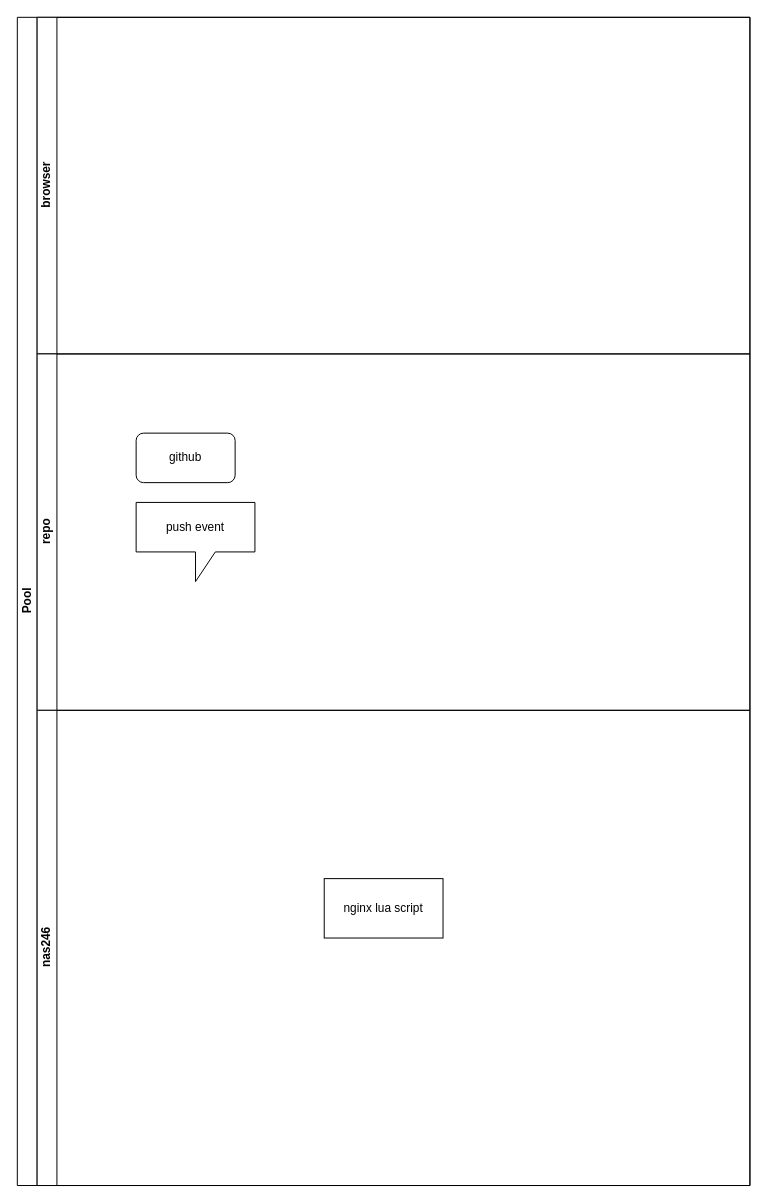
This is docs/assets/drawio/shaoorg-bulletin-process.drawio from ShaoOrg/bulletin, a draw.io file, before an edit. Source tidied: cells renumbered, new cells numbered last; positions are measured from the earlier drawing's top-left corner, leaving out a move shared by most shapes. Both pictures are drawn from the tidied source at 99%, with x=0, y=0 at pixel (17, 17).
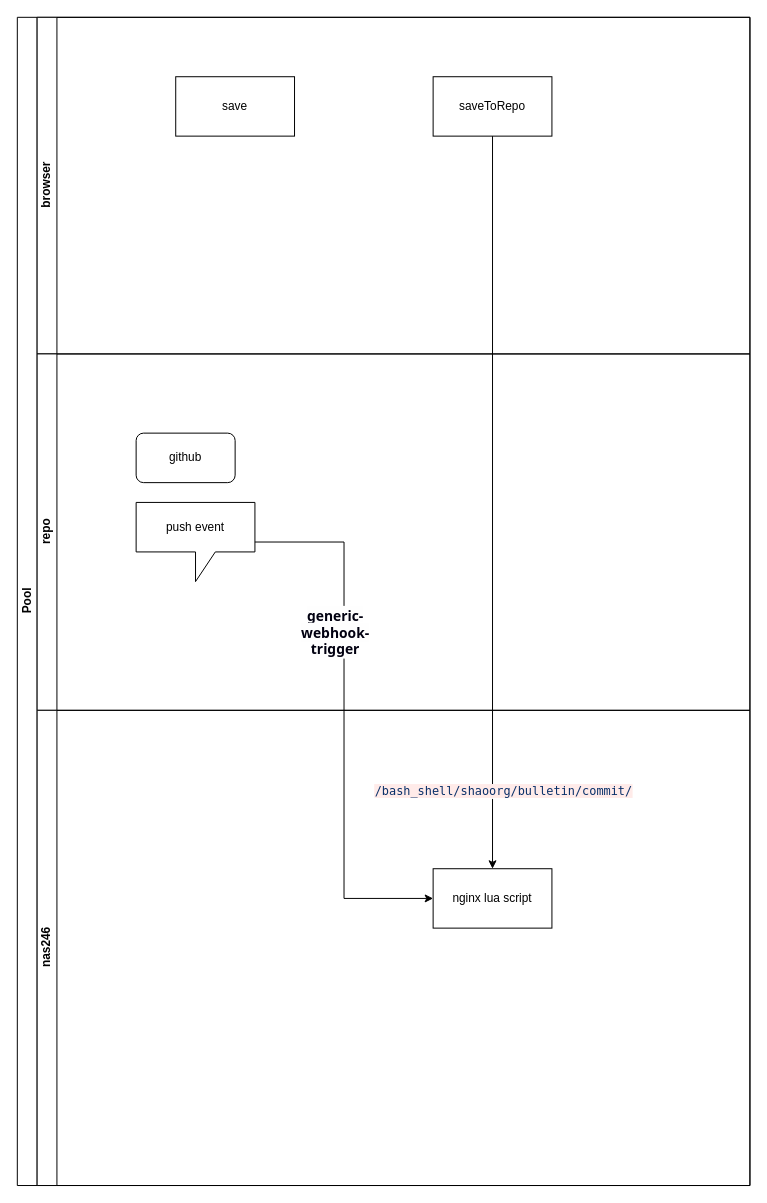
After the change.

The edit, as a diff of the source:
```diff
@@
 <mxGraphModel>
   <root>
     <mxCell id="0" />
     <mxCell id="1" parent="0" />
     <mxCell id="2" value="Pool" style="swimlane;html=1;horizontal=0;startSize=20;" parent="1" vertex="1">
       <mxGeometry width="740" height="1180" as="geometry" />
     </mxCell>
     <mxCell id="3" value="browser" style="swimlane;html=1;startSize=20;horizontal=0;" parent="2" vertex="1">
       <mxGeometry x="20" width="720" height="340" as="geometry" />
     </mxCell>
+    <mxCell id="9" value="save" style="rounded=0;whiteSpace=wrap;html=1;" parent="3" vertex="1">
+      <mxGeometry x="140" y="60" width="120" height="60" as="geometry" />
+    </mxCell>
+    <mxCell id="10" value="saveToRepo" style="rounded=0;whiteSpace=wrap;html=1;" parent="3" vertex="1">
+      <mxGeometry x="400" y="60" width="120" height="60" as="geometry" />
+    </mxCell>
     <mxCell id="4" value="repo" style="swimlane;html=1;startSize=20;horizontal=0;" parent="2" vertex="1">
       <mxGeometry x="20" y="340" width="720" height="360" as="geometry" />
     </mxCell>
     <mxCell id="5" value="github" style="rounded=1;whiteSpace=wrap;html=1;" parent="4" vertex="1">
       <mxGeometry x="100" y="80" width="100" height="50" as="geometry" />
     </mxCell>
     <mxCell id="6" value="push event" style="shape=callout;whiteSpace=wrap;html=1;perimeter=calloutPerimeter;" parent="4" vertex="1">
       <mxGeometry x="100" y="150" width="120" height="80" as="geometry" />
     </mxCell>
     <mxCell id="7" value="nas246" style="swimlane;html=1;startSize=20;horizontal=0;" parent="2" vertex="1">
       <mxGeometry x="20" y="700" width="720" height="480" as="geometry" />
     </mxCell>
     <mxCell id="8" value="nginx lua script" style="rounded=0;whiteSpace=wrap;html=1;" parent="7" vertex="1">
-      <mxGeometry x="290" y="170" width="120" height="60" as="geometry" />
+      <mxGeometry x="400" y="160" width="120" height="60" as="geometry" />
     </mxCell>
+    <mxCell id="11" style="edgeStyle=orthogonalEdgeStyle;rounded=0;jettySize=auto;html=1;" parent="2" edge="1" source="10" target="8">
+      <mxGeometry relative="1" as="geometry" />
+    </mxCell>
+    <mxCell id="12" value="&lt;span style=&quot;color: rgb(10, 48, 105); font-family: ui-monospace, SFMono-Regular, &amp;quot;SF Mono&amp;quot;, Menlo, Consolas, &amp;quot;Liberation Mono&amp;quot;, monospace; font-size: 12px; text-align: start; white-space: pre-wrap; background-color: rgb(255, 235, 233);&quot;&gt;/bash_shell/shaoorg/bulletin/commit/&lt;/span&gt;" style="edgeLabel;html=1;align=center;verticalAlign=middle;" parent="11" vertex="1">
+      <mxGeometry x="0.01" relative="1" as="geometry">
+        <mxPoint x="10" y="287" as="offset" />
+      </mxGeometry>
+    </mxCell>
+    <mxCell id="13" style="edgeStyle=orthogonalEdgeStyle;rounded=0;jettySize=auto;html=1;entryX=0;entryY=0.5;entryDx=0;entryDy=0;" parent="2" edge="1" source="6" target="8">
+      <mxGeometry relative="1" as="geometry" />
+    </mxCell>
+    <mxCell id="14" value="&lt;b style=&quot;box-sizing: inherit; color: oklch(0.05 0.075 256.91); font-family: system-ui, &amp;quot;Segoe UI&amp;quot;, roboto, &amp;quot;Noto Sans&amp;quot;, oxygen, ubuntu, cantarell, &amp;quot;Fira Sans&amp;quot;, &amp;quot;Droid Sans&amp;quot;, &amp;quot;Helvetica Neue&amp;quot;, arial, sans-serif, &amp;quot;Apple Color Emoji&amp;quot;, &amp;quot;Segoe UI Emoji&amp;quot;, &amp;quot;Segoe UI Symbol&amp;quot;; font-size: 14px; text-align: start; text-wrap-mode: wrap; background-color: rgb(254, 254, 254);&quot;&gt;generic-webhook-trigger&lt;/b&gt;" style="edgeLabel;html=1;align=center;verticalAlign=middle;" parent="13" vertex="1">
+      <mxGeometry x="0.19" y="-2" relative="1" as="geometry">
+        <mxPoint x="-8" y="-140" as="offset" />
+      </mxGeometry>
+    </mxCell>
   </root>
 </mxGraphModel>
```
